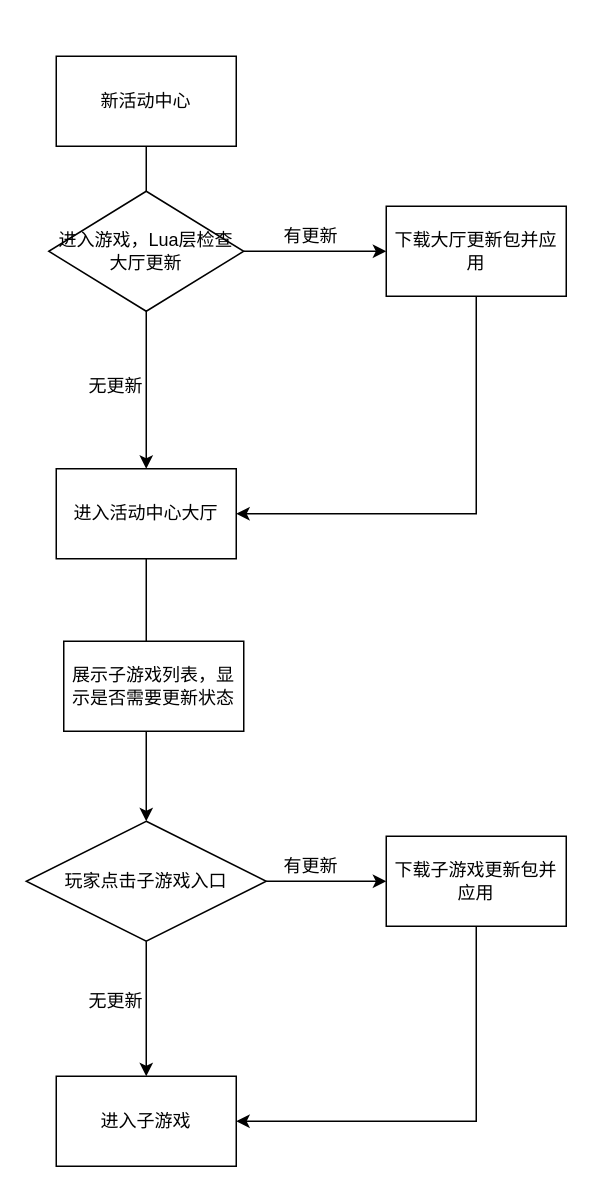
Earlier version of the draw.io diagram 新活动最新.drawio (DoooReyn/RoutineNotes). Source tidied: cells renumbered, new cells numbered last; positions are measured from the earlier drawing's top-left corner, leaving out a move shared by most shapes. Both pictures are drawn from the tidied source at 150%, with x=0, y=0 at pixel (26, 56).
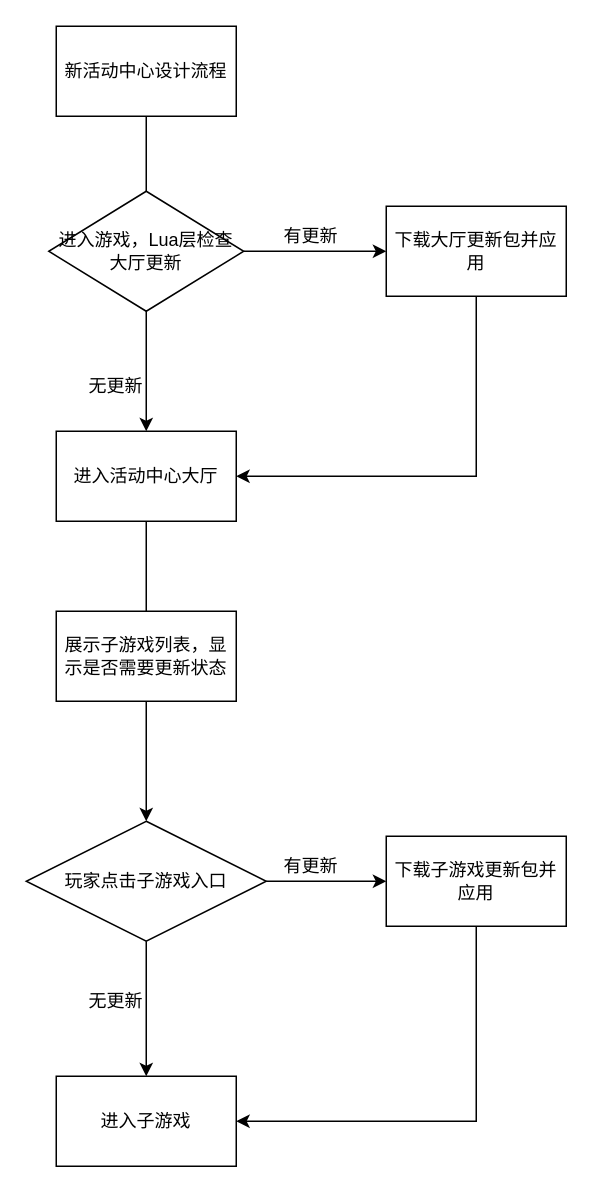
Above is the later version.

Commit message (it also covers changes not shown here):
Update 新活动最新.drawio

The change refers to these unchanged cells:
```xml
<mxCell id="8" value="玩家点击子游戏入口" style="rhombus;whiteSpace=wrap;html=1;rounded=0;" parent="1" vertex="1">
  <mxGeometry y="510" width="160" height="80" as="geometry" />
</mxCell>
<mxCell id="16" value="下载大厅更新包并应用" style="rounded=0;whiteSpace=wrap;html=1;" parent="1" vertex="1">
  <mxGeometry x="240" y="100" width="120" height="60" as="geometry" />
</mxCell>
```

The edit, as a diff of the source:
```diff
@@
-    <mxCell id="3" value="新活动中心" style="rounded=0;whiteSpace=wrap;html=1;" parent="1" vertex="1">
-      <mxGeometry x="20" width="120" height="60" as="geometry" />
+    <mxCell id="3" value="新活动中心设计流程" style="rounded=0;whiteSpace=wrap;html=1;" parent="1" vertex="1">
+      <mxGeometry x="20" y="-20" width="120" height="60" as="geometry" />
     </mxCell>
-    <mxCell id="4" style="edgeStyle=orthogonalEdgeStyle;rounded=0;jettySize=auto;html=1;" parent="1" edge="1" source="5" target="8">
+    <mxCell id="4" style="edgeStyle=orthogonalEdgeStyle;rounded=0;jettySize=auto;html=1;startArrow=none;" parent="1" edge="1" source="9" target="8">
       <mxGeometry relative="1" as="geometry" />
     </mxCell>
     <mxCell id="5" value="进入活动中心大厅" style="rounded=0;whiteSpace=wrap;html=1;" parent="1" vertex="1">
-      <mxGeometry x="20" y="275" width="120" height="60" as="geometry" />
+      <mxGeometry x="20" y="250" width="120" height="60" as="geometry" />
     </mxCell>
@@
-    <mxCell id="9" value="展示子游戏列表，显示是否需要更新状态" style="rounded=0;whiteSpace=wrap;html=1;" parent="1" vertex="1">
-      <mxGeometry x="25" y="390" width="120" height="60" as="geometry" />
-    </mxCell>
@@
     <mxCell id="15" style="edgeStyle=orthogonalEdgeStyle;rounded=0;jettySize=auto;html=1;entryX=1;entryY=0.5;entryDx=0;entryDy=0;" parent="1" edge="1" source="16" target="5">
       <mxGeometry relative="1" as="geometry">
         <Array as="points">
-          <mxPoint x="300" y="305" />
+          <mxPoint x="300" y="280" />
         </Array>
       </mxGeometry>
     </mxCell>
@@
+    <mxCell id="9" value="展示子游戏列表，显示是否需要更新状态" style="rounded=0;whiteSpace=wrap;html=1;" parent="1" vertex="1">
+      <mxGeometry x="20" y="370" width="120" height="60" as="geometry" />
+    </mxCell>
+    <mxCell id="22" style="edgeStyle=orthogonalEdgeStyle;rounded=0;jettySize=auto;html=1;endArrow=none;" parent="1" edge="1" source="5" target="9">
+      <mxGeometry relative="1" as="geometry" />
+    </mxCell>
```
